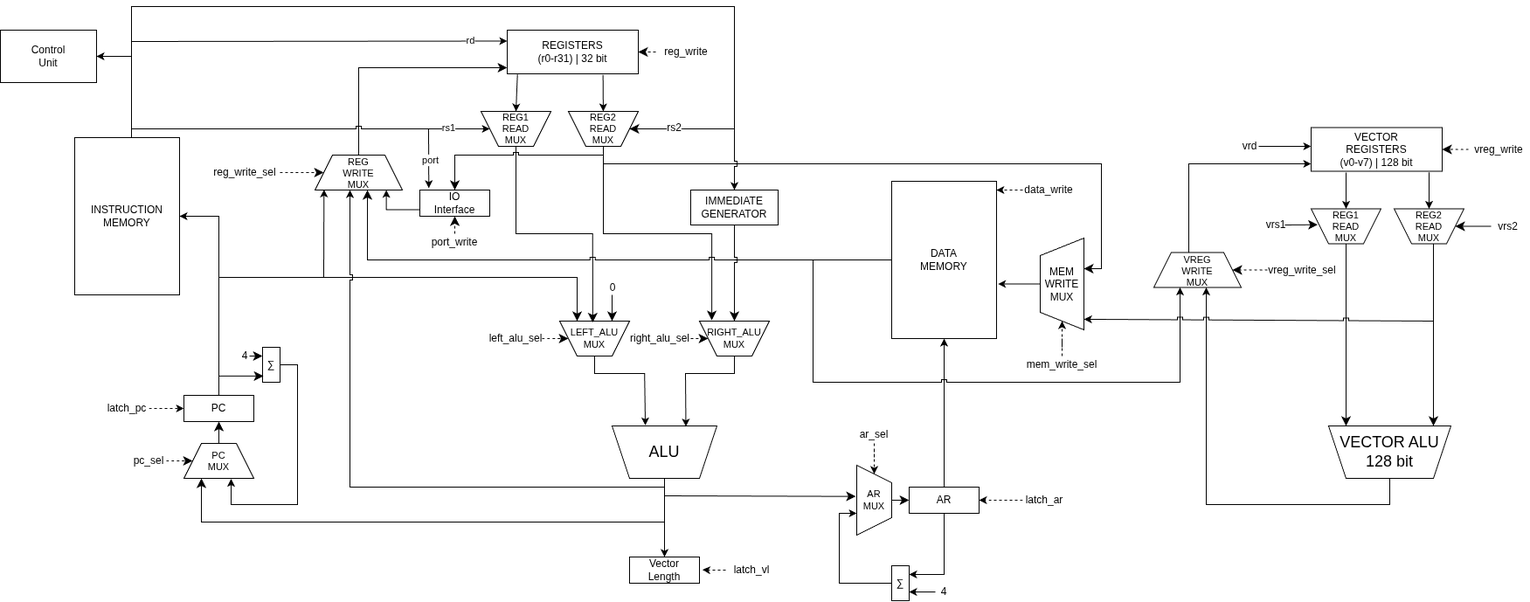
Before: datapath.png, a diagram exported from draw.io (IlyaGorelov/meow). Source tidied: cells renumbered, new cells last; positions are measured from the earlier drawing's top-left corner, leaving out a move shared by most shapes.
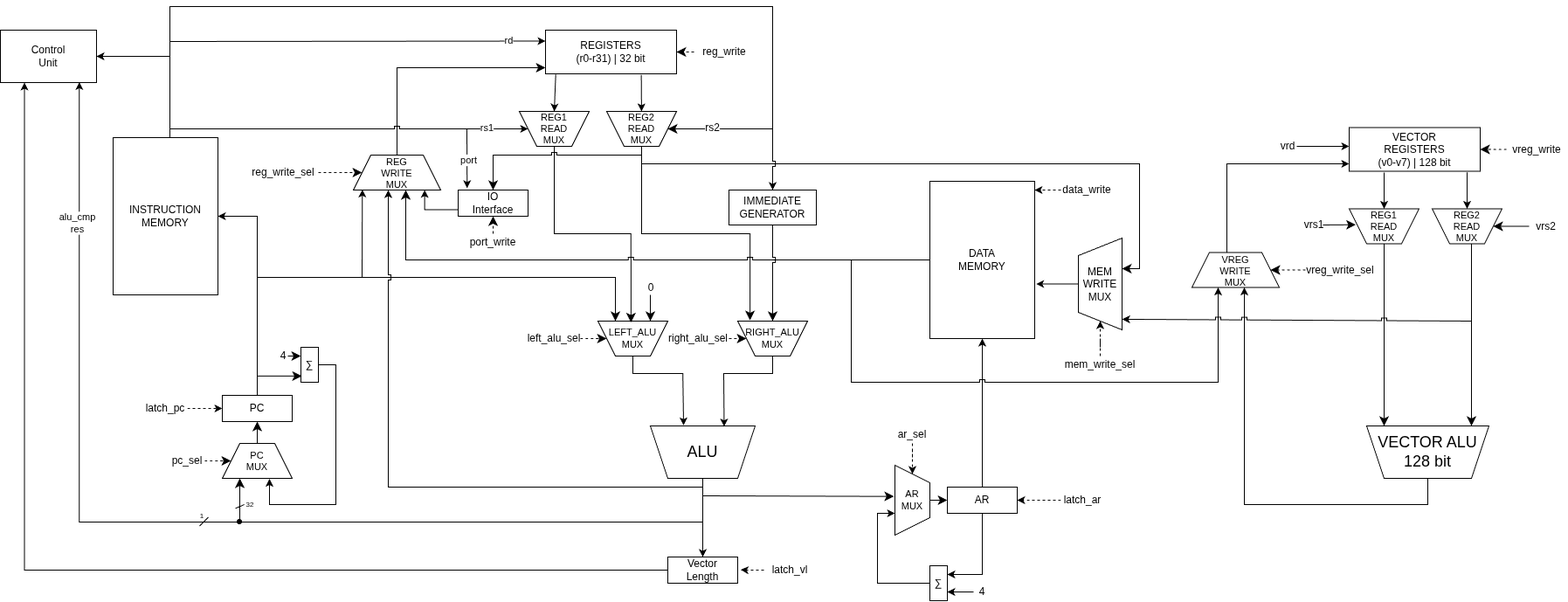
Above is the later version.

Diff of the diagram source:
```diff
@@ -230,7 +230,7 @@
       <mxGeometry x="85" y="150" width="120" height="180" as="geometry" />
     </mxCell>
     <mxCell id="56" value="Control&lt;div&gt;Unit&lt;/div&gt;" style="rounded=0;whiteSpace=wrap;html=1;" parent="1" vertex="1">
-      <mxGeometry y="27" width="110" height="60" as="geometry" />
+      <mxGeometry x="-44" y="27" width="110" height="60" as="geometry" />
     </mxCell>
     <mxCell id="57" style="edgeStyle=orthogonalEdgeStyle;rounded=0;jettySize=auto;html=1;defaultLabelBackgroundColor=page;dashed=1;" parent="1" edge="1" source="58" target="28">
       <mxGeometry relative="1" as="geometry" />
@@ -404,6 +404,9 @@
         <mxPoint x="37" y="-1" as="offset" />
       </mxGeometry>
     </mxCell>
+    <mxCell id="112" style="edgeStyle=orthogonalEdgeStyle;rounded=0;jettySize=auto;html=1;entryX=0.25;entryY=1;entryDx=0;entryDy=0;defaultLabelBackgroundColor=page;labelPadding=0 4;" parent="1" edge="1" source="97" target="56">
+      <mxGeometry relative="1" as="geometry" />
+    </mxCell>
     <mxCell id="97" value="Vector&lt;div&gt;Length&lt;/div&gt;" style="rounded=0;whiteSpace=wrap;html=1;" parent="1" vertex="1">
       <mxGeometry x="720" y="630" width="80" height="30" as="geometry" />
     </mxCell>
@@ -462,5 +465,34 @@
     <mxCell id="111" style="endArrow=classic;html=1;rounded=0;defaultLabelBackgroundColor=page;labelPadding=0 4;entryX=0.816;entryY=0.998;entryDx=0;entryDy=0;entryPerimeter=0;exitX=0;exitY=0.75;exitDx=0;exitDy=0;edgeStyle=orthogonalEdgeStyle;" parent="1" edge="1" source="49" target="36">
       <mxGeometry relative="1" as="geometry" />
     </mxCell>
+    <mxCell id="113" style="endArrow=classic;html=1;rounded=0;defaultLabelBackgroundColor=page;labelPadding=0 4;edgeStyle=orthogonalEdgeStyle;entryX=0.821;entryY=0.991;entryDx=0;entryDy=0;entryPerimeter=0;" parent="1" edge="1" target="56">
+      <mxGeometry x="0.05" relative="1" as="geometry">
+        <mxPoint x="230" y="590" as="sourcePoint" />
+      </mxGeometry>
+    </mxCell>
+    <mxCell id="114" value="alu_cmp&lt;div&gt;res&lt;/div&gt;" style="edgeLabel;html=1;align=center;verticalAlign=middle;inheritText=1;defaultLabelBackgroundColor=page;labelPadding=0 4;" parent="113" vertex="1">
+      <mxGeometry x="0.53" y="3" relative="1" as="geometry" />
+    </mxCell>
+    <mxCell id="115" style="ellipse;whiteSpace=wrap;html=1;shapeInside=1;fillColor=#000000;" parent="1" vertex="1">
+      <mxGeometry x="227" y="587" width="5" height="5" as="geometry" />
+    </mxCell>
+    <mxCell id="116" style="endArrow=none;html=1;rounded=0;defaultLabelBackgroundColor=page;labelPadding=0 4;" parent="1" edge="1">
+      <mxGeometry relative="1" as="geometry">
+        <mxPoint x="225" y="574.5" as="sourcePoint" />
+        <mxPoint x="235" y="570" as="targetPoint" />
+      </mxGeometry>
+    </mxCell>
+    <mxCell id="117" value="32" style="text;html=1;whiteSpace=wrap;strokeColor=none;fillColor=none;align=center;verticalAlign=middle;rounded=0;fontSize=8;" parent="1" vertex="1">
+      <mxGeometry x="232" y="560" width="20" height="20" as="geometry" />
+    </mxCell>
+    <mxCell id="118" style="endArrow=none;html=1;rounded=0;defaultLabelBackgroundColor=page;labelPadding=0 4;" parent="1" edge="1">
+      <mxGeometry relative="1" as="geometry">
+        <mxPoint x="184" y="594.5" as="sourcePoint" />
+        <mxPoint x="194" y="584.5" as="targetPoint" />
+      </mxGeometry>
+    </mxCell>
+    <mxCell id="119" value="1" style="text;html=1;whiteSpace=wrap;strokeColor=none;fillColor=none;align=center;verticalAlign=middle;rounded=0;fontSize=8;" parent="1" vertex="1">
+      <mxGeometry x="177" y="573" width="20" height="20" as="geometry" />
+    </mxCell>
   </root>
 </mxGraphModel>
```
